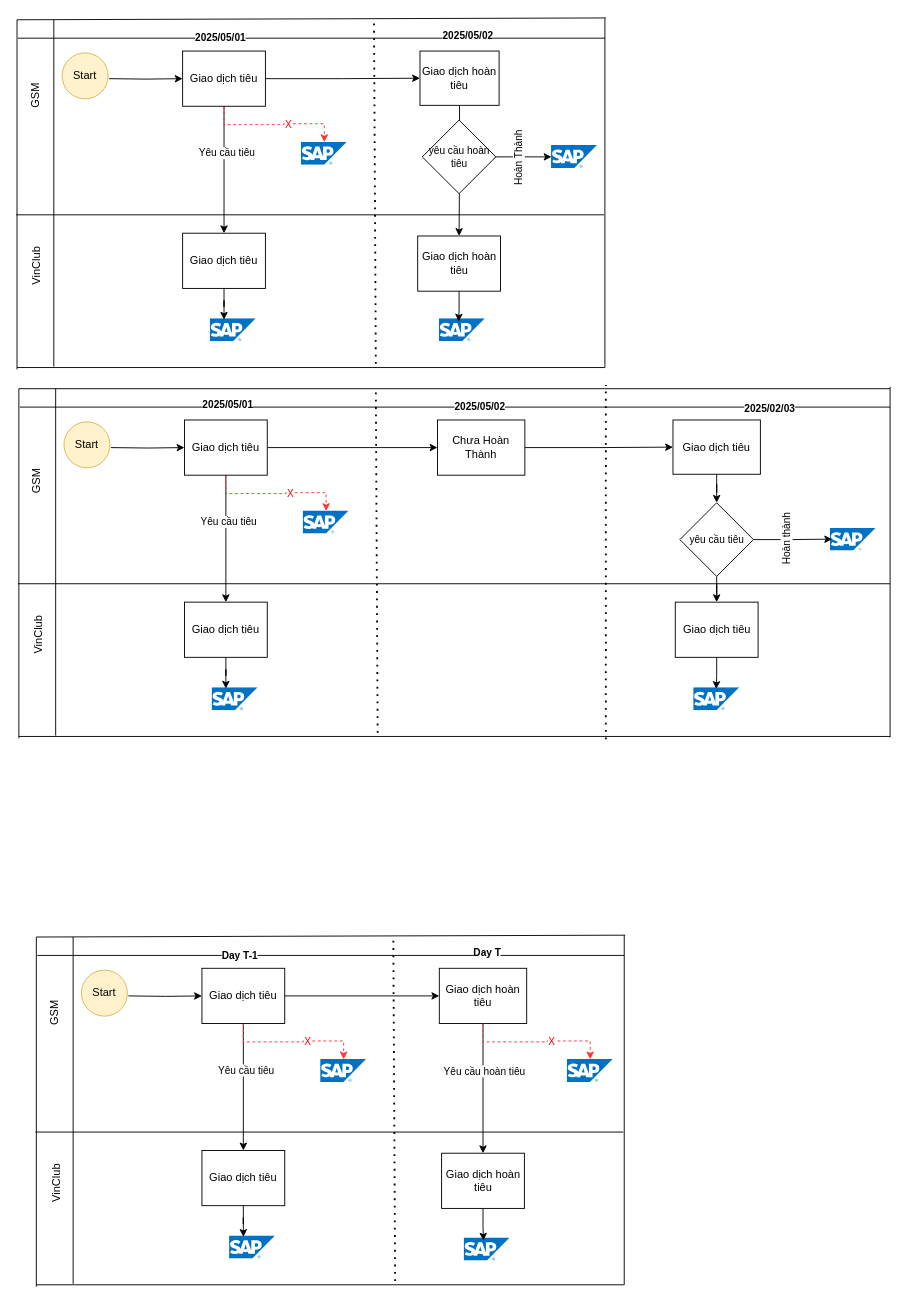
This is Untitled Diagram.drawio from sonnn1505/Studying, a draw.io file, before an edit. Source tidied: cells renumbered, new cells numbered last; positions are measured from the earlier drawing's top-left corner, leaving out a move shared by most shapes. Both pictures are drawn from the tidied source at 92%, with x=0, y=0 at pixel (5, 17).
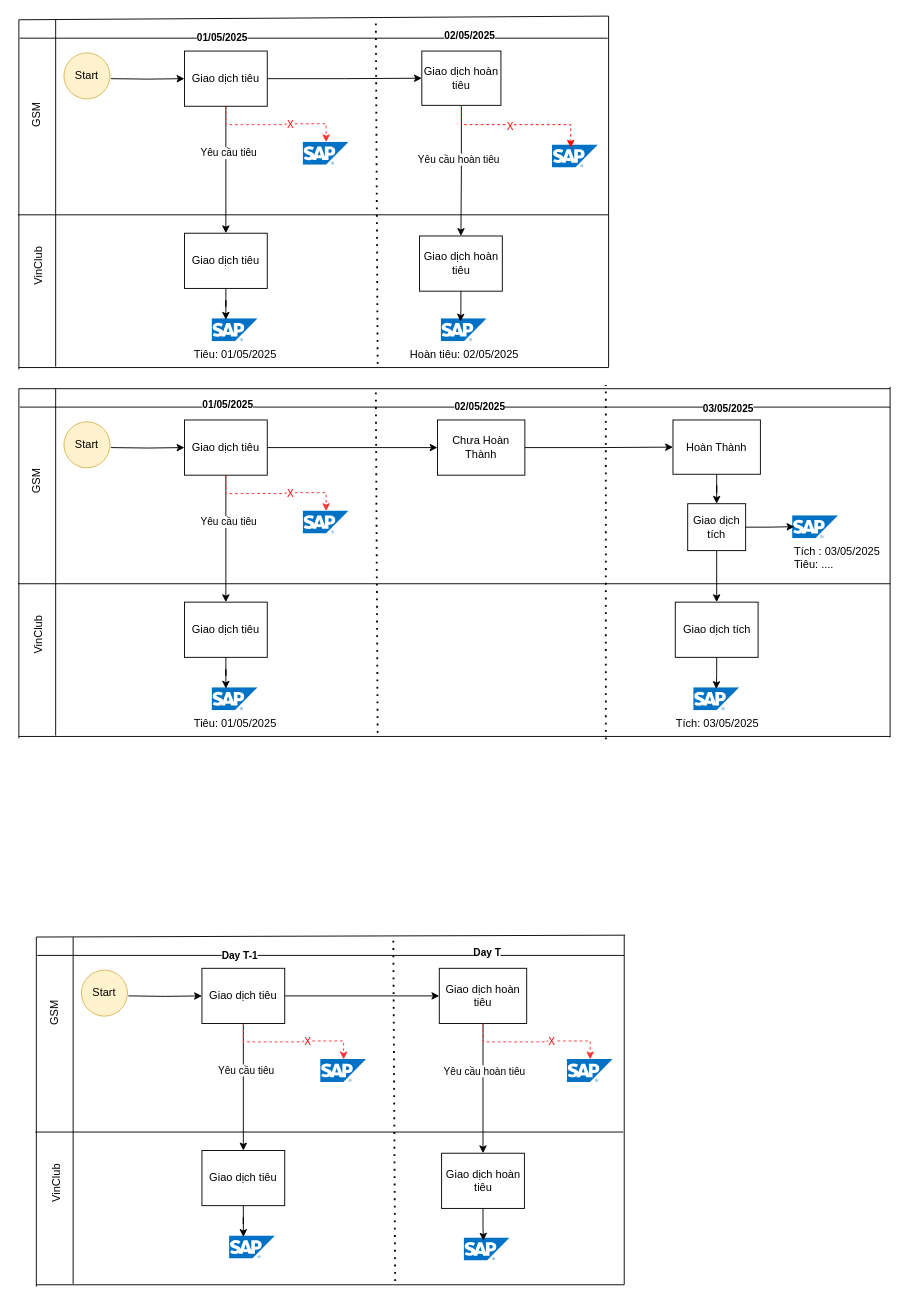
The same diagram, later.

The change refers to these unchanged cells:
```xml
<mxCell id="53" style="edgeStyle=orthogonalEdgeStyle;rounded=0;jettySize=auto;html=1;" parent="36" edge="1" source="54" target="55">
  <mxGeometry relative="1" as="geometry" />
</mxCell>
<mxCell id="54" value="Giao dịch hoàn ti&lt;span style=&quot;background-color: transparent; color: light-dark(rgb(0, 0, 0), rgb(255, 255, 255));&quot;&gt;êu&lt;/span&gt;" style="rounded=0;whiteSpace=wrap;html=1;" parent="36" vertex="1">
  <mxGeometry x="439" y="36" width="86" height="59" as="geometry" />
</mxCell>
<mxCell id="89" style="endArrow=none;html=1;rounded=0;" parent="1" edge="1">
  <mxGeometry relative="1" as="geometry">
    <mxPoint x="16" y="423" as="sourcePoint" />
    <mxPoint x="962" y="423" as="targetPoint" />
  </mxGeometry>
</mxCell>
```

The edit, as a diff of the source:
```diff
@@
     <mxCell id="36" style="group;" parent="1" vertex="1">
-      <mxGeometry x="12" width="641" height="382" as="geometry" />
+      <mxGeometry x="14" width="641" height="382" as="geometry" />
     </mxCell>
@@
     <mxCell id="45" style="endArrow=none;html=1;rounded=0;" parent="36" edge="1">
       <mxGeometry relative="1" as="geometry">
         <mxPoint x="1" y="2" as="sourcePoint" />
-        <mxPoint x="641" as="targetPoint" />
+        <mxPoint x="642" y="-2" as="targetPoint" />
       </mxGeometry>
     </mxCell>
     <mxCell id="46" style="endArrow=none;html=1;rounded=0;" parent="36" edge="1">
       <mxGeometry relative="1" as="geometry">
         <mxPoint y="214" as="sourcePoint" />
-        <mxPoint x="639" y="214" as="targetPoint" />
+        <mxPoint x="642" y="214" as="targetPoint" />
       </mxGeometry>
     </mxCell>
     <mxCell id="47" style="endArrow=none;html=1;rounded=0;" parent="36" edge="1">
       <mxGeometry relative="1" as="geometry">
         <mxPoint x="1" y="380" as="sourcePoint" />
-        <mxPoint x="640" y="380" as="targetPoint" />
+        <mxPoint x="642" y="380" as="targetPoint" />
       </mxGeometry>
     </mxCell>
@@
     <mxCell id="50" value="GSM" style="text;html=1;align=center;verticalAlign=middle;strokeColor=none;fillColor=none;rotation=-90;" parent="36" vertex="1">
-      <mxGeometry x="-4" y="70" width="50" height="30" as="geometry" />
+      <mxGeometry x="-4" y="91" width="50" height="30" as="geometry" />
     </mxCell>
@@
+    <mxCell id="108" value="Yêu cầu hoàn tiêu" style="edgeLabel;html=1;align=center;verticalAlign=middle;" parent="53" vertex="1">
+      <mxGeometry x="-0.19" y="-4" relative="1" as="geometry" />
+    </mxCell>
@@
     <mxCell id="57" style="endArrow=none;html=1;rounded=0;" parent="36" edge="1">
       <mxGeometry relative="1" as="geometry">
         <mxPoint x="2" y="22" as="sourcePoint" />
-        <mxPoint x="640" y="22" as="targetPoint" />
+        <mxPoint x="641" y="22" as="targetPoint" />
       </mxGeometry>
     </mxCell>
-    <mxCell id="58" value="2025/05/01" style="edgeLabel;html=1;align=center;verticalAlign=middle;fontStyle=1;" parent="57" vertex="1">
+    <mxCell id="58" value="01/05/2025" style="edgeLabel;html=1;align=center;verticalAlign=middle;fontStyle=1;" parent="57" vertex="1">
       <mxGeometry x="-0.47" y="3" relative="1" as="geometry">
         <mxPoint x="50" y="2" as="offset" />
       </mxGeometry>
     </mxCell>
-    <mxCell id="59" value="2025/05/02" style="edgeLabel;html=1;align=center;verticalAlign=middle;fontStyle=1;" parent="57" vertex="1">
+    <mxCell id="59" value="02/05/2025" style="edgeLabel;html=1;align=center;verticalAlign=middle;fontStyle=1;" parent="57" vertex="1">
       <mxGeometry x="0.3" y="3" relative="1" as="geometry">
         <mxPoint x="73" y="-1" as="offset" />
       </mxGeometry>
     </mxCell>
-    <mxCell id="60" style="image;sketch=0;html=1;points=[];align=center;fontSize=12;image=img/lib/mscae/SAP_HANA_on_Azure.svg;" parent="36" vertex="1">
+    <mxCell id="60" value="Tiêu: 01/05/2025" style="image;sketch=0;html=1;points=[];align=center;fontSize=12;image=img/lib/mscae/SAP_HANA_on_Azure.svg;" parent="36" vertex="1">
       <mxGeometry x="211" y="327" width="50" height="25" as="geometry" />
     </mxCell>
@@
-    <mxCell id="62" style="image;sketch=0;html=1;points=[];align=center;fontSize=12;image=img/lib/mscae/SAP_HANA_on_Azure.svg;" parent="36" vertex="1">
+    <mxCell id="62" value="Hoàn tiêu: 02/05/2025" style="image;sketch=0;html=1;points=[];align=center;fontSize=12;image=img/lib/mscae/SAP_HANA_on_Azure.svg;" parent="36" vertex="1">
       <mxGeometry x="460" y="327" width="50" height="25" as="geometry" />
     </mxCell>
@@
     <mxCell id="65" style="endArrow=none;html=1;rounded=0;" parent="36" edge="1">
       <mxGeometry relative="1" as="geometry">
-        <mxPoint x="640" y="380" as="sourcePoint" />
-        <mxPoint x="640" as="targetPoint" />
+        <mxPoint x="642" y="380" as="sourcePoint" />
+        <mxPoint x="642" y="-2" as="targetPoint" />
       </mxGeometry>
     </mxCell>
-    <mxCell id="66" style="edgeStyle=orthogonalEdgeStyle;rounded=0;jettySize=auto;html=1;exitX=1;exitY=0.5;exitDx=0;exitDy=0;" parent="36" edge="1" source="68" target="69">
-      <mxGeometry relative="1" as="geometry" />
-    </mxCell>
-    <mxCell id="67" value="Hoàn Thành" style="edgeLabel;html=1;align=center;verticalAlign=middle;rotation=-90;" parent="66" vertex="1">
-      <mxGeometry x="-0.2" y="-2" relative="1" as="geometry" />
-    </mxCell>
-    <mxCell id="68" value="&lt;font style=&quot;font-size: 11px;&quot;&gt;yêu cầu hoàn tiêu&lt;/font&gt;" style="rhombus;whiteSpace=wrap;html=1;" parent="36" vertex="1">
-      <mxGeometry x="441.5" y="111" width="80" height="80" as="geometry" />
-    </mxCell>
     <mxCell id="69" style="image;sketch=0;html=1;points=[];align=center;fontSize=12;image=img/lib/mscae/SAP_HANA_on_Azure.svg;" parent="36" vertex="1">
-      <mxGeometry x="582" y="138.5" width="50" height="25" as="geometry" />
+      <mxGeometry x="581" y="138" width="50" height="25" as="geometry" />
     </mxCell>
+    <mxCell id="109" style="edgeStyle=orthogonalEdgeStyle;rounded=0;jettySize=auto;html=1;entryX=0.397;entryY=0.12;entryDx=0;entryDy=0;entryPerimeter=0;strokeColor=#FF0000;dashed=1;" parent="36" edge="1" source="54" target="69">
+      <mxGeometry relative="1" as="geometry">
+        <Array as="points">
+          <mxPoint x="482" y="116" />
+          <mxPoint x="601" y="116" />
+        </Array>
+      </mxGeometry>
+    </mxCell>
+    <mxCell id="110" value="&lt;font style=&quot;color: rgb(255, 0, 0);&quot;&gt;X&lt;/font&gt;" style="edgeLabel;html=1;align=center;verticalAlign=middle;" parent="109" vertex="1">
+      <mxGeometry x="-0.12" y="-1" relative="1" as="geometry" />
+    </mxCell>
@@
-    <mxCell id="90" value="2025/05/01" style="edgeLabel;html=1;align=center;verticalAlign=middle;fontStyle=1;" parent="89" vertex="1">
+    <mxCell id="90" value="01/05/2025" style="edgeLabel;html=1;align=center;verticalAlign=middle;fontStyle=1;" parent="89" vertex="1">
       <mxGeometry x="-0.47" y="3" relative="1" as="geometry">
         <mxPoint x="-26" as="offset" />
       </mxGeometry>
     </mxCell>
-    <mxCell id="91" value="2025/05/02" style="edgeLabel;html=1;align=center;verticalAlign=middle;fontStyle=1;" parent="89" vertex="1">
+    <mxCell id="91" value="02/05/2025" style="edgeLabel;html=1;align=center;verticalAlign=middle;fontStyle=1;" parent="89" vertex="1">
       <mxGeometry x="0.3" y="3" relative="1" as="geometry">
         <mxPoint x="-116" y="2" as="offset" />
       </mxGeometry>
     </mxCell>
-    <mxCell id="92" value="2025/02/03" style="edgeLabel;html=1;align=center;verticalAlign=middle;fontStyle=1;" parent="89" vertex="1">
-      <mxGeometry x="0.72" y="-1" relative="1" as="geometry" />
+    <mxCell id="92" value="03/05/2025" style="edgeLabel;html=1;align=center;verticalAlign=middle;fontStyle=1;" parent="89" vertex="1">
+      <mxGeometry x="0.72" y="-1" relative="1" as="geometry">
+        <mxPoint x="-45" as="offset" />
+      </mxGeometry>
     </mxCell>
-    <mxCell id="93" style="image;sketch=0;html=1;points=[];align=center;fontSize=12;image=img/lib/mscae/SAP_HANA_on_Azure.svg;" parent="1" vertex="1">
+    <mxCell id="93" value="Tiêu: 01/05/2025" style="image;sketch=0;html=1;points=[];align=center;fontSize=12;image=img/lib/mscae/SAP_HANA_on_Azure.svg;" parent="1" vertex="1">
       <mxGeometry x="225" y="728" width="50" height="25" as="geometry" />
     </mxCell>
@@
-    <mxCell id="97" style="edgeStyle=orthogonalEdgeStyle;rounded=0;jettySize=auto;html=1;entryX=0.5;entryY=0;entryDx=0;entryDy=0;" parent="1" edge="1" source="98" target="103">
-      <mxGeometry relative="1" as="geometry" />
-    </mxCell>
+    <mxCell id="111" style="edgeStyle=orthogonalEdgeStyle;rounded=0;jettySize=auto;html=1;entryX=0.5;entryY=0;entryDx=0;entryDy=0;" parent="1" edge="1" source="98" target="113">
+      <mxGeometry relative="1" as="geometry" />
+    </mxCell>
-    <mxCell id="98" value="Giao dịch tiêu" style="rounded=0;whiteSpace=wrap;html=1;" parent="1" vertex="1">
+    <mxCell id="98" value="Hoàn Thành" style="rounded=0;whiteSpace=wrap;html=1;" parent="1" vertex="1">
       <mxGeometry x="726" y="437" width="95" height="59" as="geometry" />
     </mxCell>
-    <mxCell id="99" value="Giao dịch tiêu" style="rounded=0;whiteSpace=wrap;html=1;" parent="1" vertex="1">
+    <mxCell id="99" value="Giao dịch tích" style="rounded=0;whiteSpace=wrap;html=1;" parent="1" vertex="1">
       <mxGeometry x="728.5" y="635" width="90" height="60" as="geometry" />
     </mxCell>
-    <mxCell id="100" style="image;sketch=0;html=1;points=[];align=center;fontSize=12;image=img/lib/mscae/SAP_HANA_on_Azure.svg;" parent="1" vertex="1">
+    <mxCell id="100" value="Tích: 03/05/2025" style="image;sketch=0;html=1;points=[];align=center;fontSize=12;image=img/lib/mscae/SAP_HANA_on_Azure.svg;" parent="1" vertex="1">
       <mxGeometry x="748.5" y="728" width="50" height="25" as="geometry" />
     </mxCell>
@@
-    <mxCell id="102" style="edgeStyle=orthogonalEdgeStyle;rounded=0;jettySize=auto;html=1;entryX=0.5;entryY=0;entryDx=0;entryDy=0;" parent="1" edge="1" source="103" target="99">
-      <mxGeometry relative="1" as="geometry" />
-    </mxCell>
-    <mxCell id="103" value="&lt;font style=&quot;font-size: 11px;&quot;&gt;yêu cầu tiêu&lt;/font&gt;" style="rhombus;whiteSpace=wrap;html=1;" parent="1" vertex="1">
-      <mxGeometry x="733.5" y="527" width="80" height="80" as="geometry" />
-    </mxCell>
-    <mxCell id="104" style="image;sketch=0;html=1;points=[];align=center;fontSize=12;image=img/lib/mscae/SAP_HANA_on_Azure.svg;" parent="1" vertex="1">
-      <mxGeometry x="897" y="554.5" width="50" height="25" as="geometry" />
-    </mxCell>
-    <mxCell id="105" style="edgeStyle=orthogonalEdgeStyle;rounded=0;jettySize=auto;html=1;entryX=0.04;entryY=0.48;entryDx=0;entryDy=0;entryPerimeter=0;" parent="1" edge="1" source="103" target="104">
-      <mxGeometry relative="1" as="geometry" />
-    </mxCell>
-    <mxCell id="106" value="Hoàn thành" style="edgeLabel;html=1;align=center;verticalAlign=middle;rotation=-90;" parent="105" vertex="1">
-      <mxGeometry x="-0.19" relative="1" as="geometry" />
-    </mxCell>
@@
+    <mxCell id="112" style="edgeStyle=orthogonalEdgeStyle;rounded=0;jettySize=auto;html=1;entryX=0.5;entryY=0;entryDx=0;entryDy=0;" parent="1" edge="1" source="113" target="99">
+      <mxGeometry relative="1" as="geometry" />
+    </mxCell>
+    <mxCell id="113" value="Giao dịch tích" style="rounded=0;whiteSpace=wrap;html=1;" parent="1" vertex="1">
+      <mxGeometry x="742" y="528" width="63" height="51" as="geometry" />
+    </mxCell>
+    <mxCell id="114" value="Tích : 03/05/2025&lt;br&gt;Tiêu: ...." style="image;sketch=0;html=1;points=[];align=left;fontSize=12;image=img/lib/mscae/SAP_HANA_on_Azure.svg;" parent="1" vertex="1">
+      <mxGeometry x="856" y="541" width="50" height="25" as="geometry" />
+    </mxCell>
+    <mxCell id="115" style="edgeStyle=orthogonalEdgeStyle;rounded=0;jettySize=auto;html=1;entryX=0.04;entryY=0.48;entryDx=0;entryDy=0;entryPerimeter=0;" parent="1" edge="1" source="113" target="114">
+      <mxGeometry relative="1" as="geometry" />
+    </mxCell>
```
